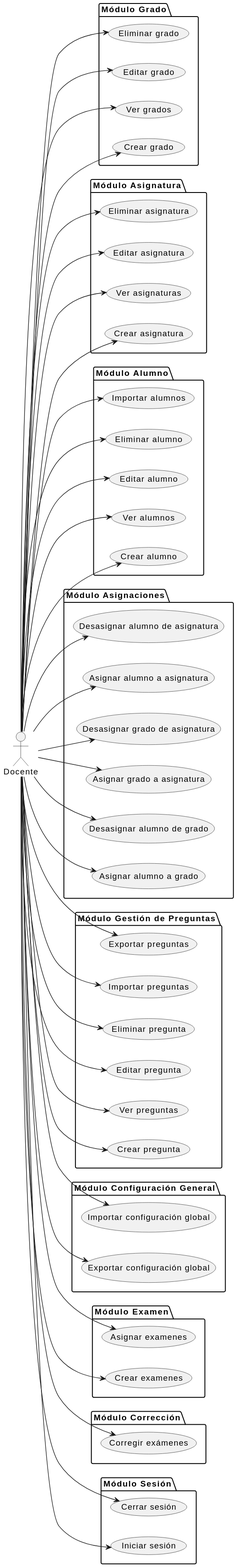
Before: documents/casos-de-uso/encontrarActoresYCasosDeUso/actoresYCasosDeUso-docente.svg, a diagram exported from PlantUML (martinlopez7/25-26-IdSw1-SdR). Source of this version:
```plantuml
@startuml
left to right direction

actor "Docente" as doc

package "Módulo Grado" {
  usecase "Crear grado" as UC1
  usecase "Ver grados" as UC2
  usecase "Editar grado" as UC3
  usecase "Eliminar grado" as UC4
}

package "Módulo Asignatura" {
  usecase "Crear asignatura" as UC5
  usecase "Ver asignaturas" as UC6
  usecase "Editar asignatura" as UC7
  usecase "Eliminar asignatura" as UC8
}

package "Módulo Alumno" {
  usecase "Crear alumno" as UC9
  usecase "Ver alumnos" as UC10
  usecase "Editar alumno" as UC11
  usecase "Eliminar alumno" as UC12
   usecase "Importar alumnos" as UC19
}

package "Módulo Asignaciones" {
  usecase "Asignar alumno a grado" as UC13
  usecase "Desasignar alumno de grado" as UC14
  usecase "Asignar grado a asignatura" as UC15
  usecase "Desasignar grado de asignatura" as UC16
  usecase "Asignar alumno a asignatura" as UC17
  usecase "Desasignar alumno de asignatura" as UC18

}

package "Módulo Gestión de Preguntas" {
  usecase "Crear pregunta" as UC20
  usecase "Ver preguntas" as UC21
  usecase "Editar pregunta" as UC22
  usecase "Eliminar pregunta" as UC23
  usecase "Importar preguntas" as UC24
  usecase "Exportar preguntas" as UC25
}

package "Módulo Configuración General" {
  usecase "Exportar configuración global" as UC26
  usecase "Importar configuración global" as UC27
}

package "Módulo Examen" {
  usecase "Crear examenes" as UC28
  usecase "Asignar examenes" as UC29

}

package "Módulo Corrección" {
  usecase "Corregir exámenes" as UC31
}

package "Módulo Sesión" {
  usecase "Iniciar sesión" as UC41
  usecase "Cerrar sesión" as UC42
}

doc --> UC1
doc --> UC2
doc --> UC3
doc --> UC4
doc --> UC5
doc --> UC6
doc --> UC7
doc --> UC8
doc --> UC9
doc --> UC10
doc --> UC11
doc --> UC12
doc --> UC13
doc --> UC14
doc --> UC15
doc --> UC16
doc --> UC17
doc --> UC18
doc --> UC19
doc --> UC20
doc --> UC21
doc --> UC22
doc --> UC23
doc --> UC24
doc --> UC25
doc --> UC26
doc --> UC27
doc --> UC28
doc --> UC29
doc --> UC31
doc --> UC41
doc --> UC42
@enduml
```
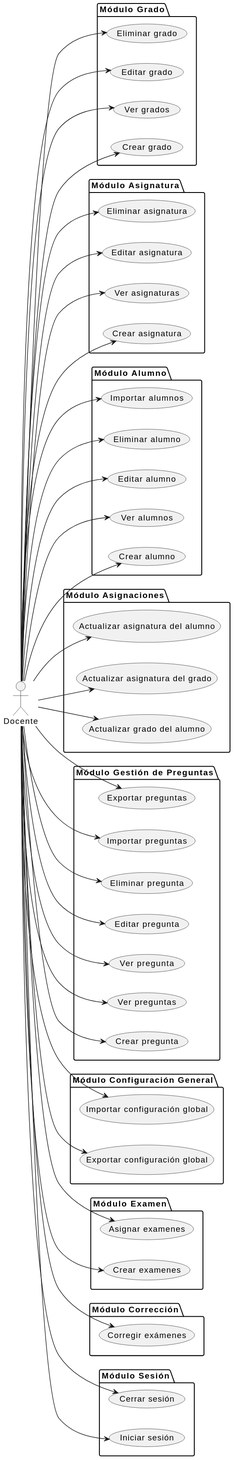
The same diagram one commit later.

Commit message:
feat(cu) : corrige listado de actor docente[refs#42]

Change to the diagram source:
```diff
@@ -26,18 +26,15 @@
 }
 
 package "Módulo Asignaciones" {
-  usecase "Asignar alumno a grado" as UC13
-  usecase "Desasignar alumno de grado" as UC14
-  usecase "Asignar grado a asignatura" as UC15
-  usecase "Desasignar grado de asignatura" as UC16
-  usecase "Asignar alumno a asignatura" as UC17
-  usecase "Desasignar alumno de asignatura" as UC18
-
+  usecase "Actualizar grado del alumno" as UC13
+  usecase "Actualizar asignatura del grado" as UC15
+  usecase "Actualizar asignatura del alumno" as UC17
 }
 
 package "Módulo Gestión de Preguntas" {
   usecase "Crear pregunta" as UC20
   usecase "Ver preguntas" as UC21
+  usecase "Ver pregunta" as UC30
   usecase "Editar pregunta" as UC22
   usecase "Eliminar pregunta" as UC23
   usecase "Importar preguntas" as UC24
@@ -77,11 +74,8 @@
 doc --> UC11
 doc --> UC12
 doc --> UC13
-doc --> UC14
 doc --> UC15
-doc --> UC16
 doc --> UC17
-doc --> UC18
 doc --> UC19
 doc --> UC20
 doc --> UC21
@@ -93,6 +87,7 @@
 doc --> UC27
 doc --> UC28
 doc --> UC29
+doc --> UC30
 doc --> UC31
 doc --> UC41
 doc --> UC42
```
